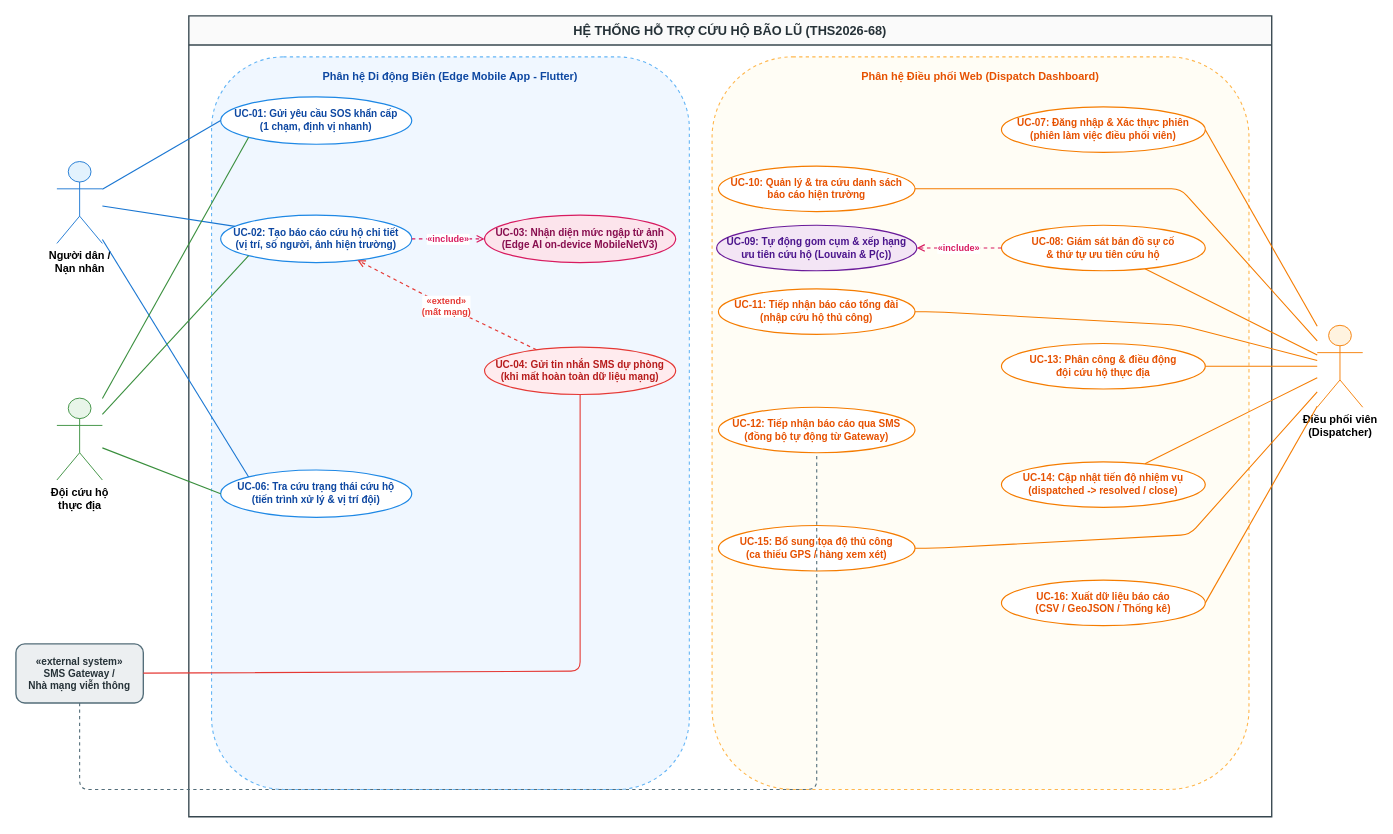
This is report/assets/diagrams/usecase.drawio from ngthtrong/nckh2, a draw.io file, before an edit. Source tidied: cells renumbered, new cells numbered last; positions are measured from the earlier drawing's top-left corner, leaving out a move shared by most shapes. Both pictures are drawn from the tidied source at 91%, with x=0, y=0 at pixel (15, 15).
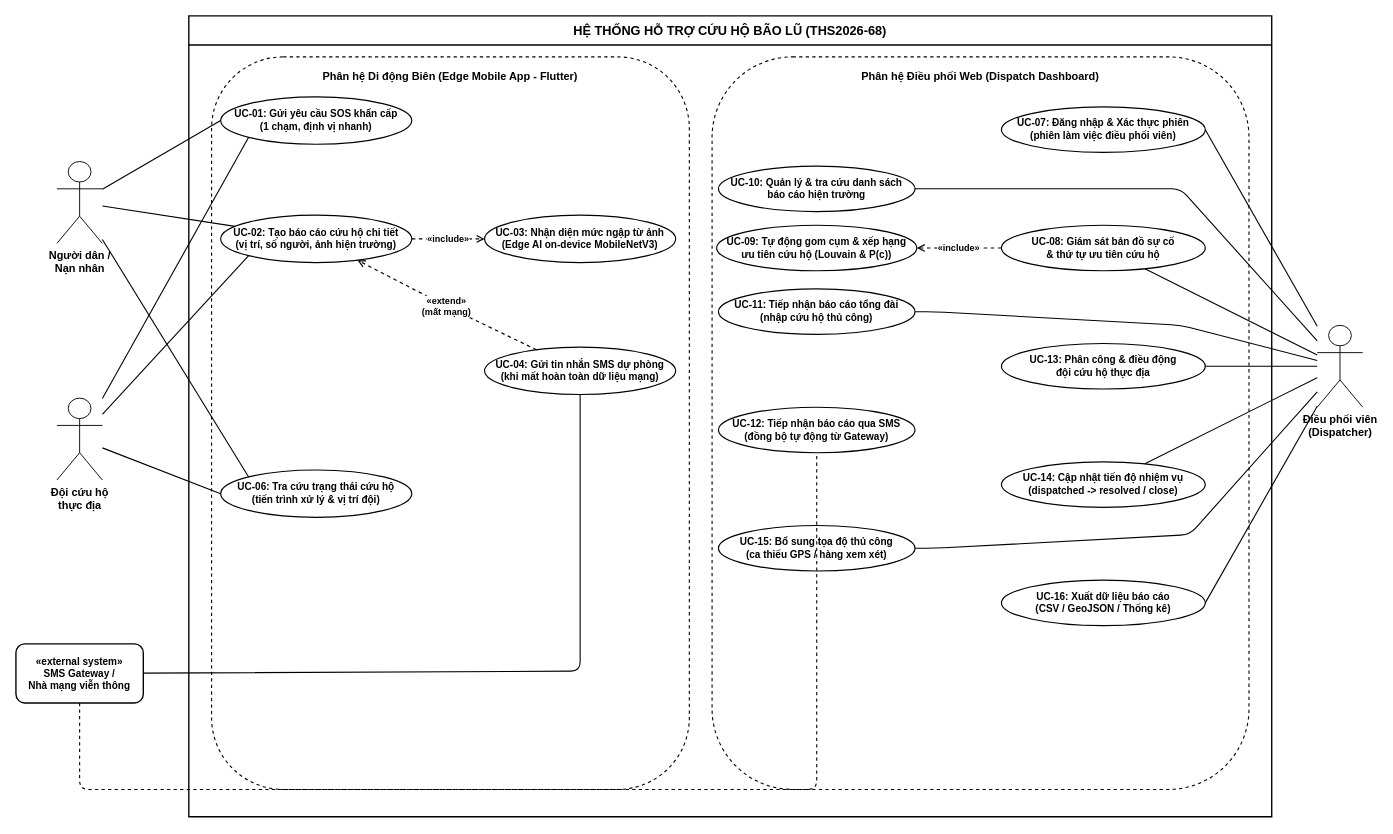
Above is the later version.

The edit, as a diff of the source:
```diff
@@
-    <mxCell id="2" value="HỆ THỐNG HỖ TRỢ CỨU HỘ BÃO LŨ (THS2026-68)" style="shape=swimlane;whiteSpace=wrap;html=1;startSize=32;horizontal=1;fillColor=#FAFAFA;strokeColor=#37474F;strokeWidth=1.5;fontStyle=1;fontSize=14;fontFamily=Helvetica;fontColor=#263238;" parent="1" vertex="1">
+    <mxCell id="2" value="HỆ THỐNG HỖ TRỢ CỨU HỘ BÃO LŨ (THS2026-68)" style="shape=swimlane;whiteSpace=wrap;html=1;startSize=32;horizontal=1;fillColor=#FFFFFF;strokeColor=#000000;strokeWidth=1.5;fontStyle=1;fontSize=14;fontFamily=Helvetica;fontColor=#000000;" parent="1" vertex="1">
       <mxGeometry x="190" width="1190" height="880" as="geometry" />
     </mxCell>
-    <mxCell id="3" value="Phân hệ Di động Biên (Edge Mobile App - Flutter)" style="rounded=1;whiteSpace=wrap;html=1;dashed=1;verticalAlign=top;fontStyle=1;fontSize=12;spacingTop=8;strokeWidth=1.2;fillColor=#F0F7FF;strokeColor=#64B5F6;fontColor=#0D47A1;" parent="2" vertex="1">
+    <mxCell id="3" value="Phân hệ Di động Biên (Edge Mobile App - Flutter)" style="rounded=1;whiteSpace=wrap;html=1;dashed=1;verticalAlign=top;fontStyle=1;fontSize=12;spacingTop=8;strokeWidth=1.2;fillColor=#FFFFFF;strokeColor=#000000;fontColor=#000000;" parent="2" vertex="1">
       <mxGeometry x="25" y="45" width="525" height="805" as="geometry" />
     </mxCell>
-    <mxCell id="4" value="Phân hệ Điều phối Web (Dispatch Dashboard)" style="rounded=1;whiteSpace=wrap;html=1;dashed=1;verticalAlign=top;fontStyle=1;fontSize=12;spacingTop=8;strokeWidth=1.2;fillColor=#FFFDF5;strokeColor=#FFB74D;fontColor=#E65100;" parent="2" vertex="1">
+    <mxCell id="4" value="Phân hệ Điều phối Web (Dispatch Dashboard)" style="rounded=1;whiteSpace=wrap;html=1;dashed=1;verticalAlign=top;fontStyle=1;fontSize=12;spacingTop=8;strokeWidth=1.2;fillColor=#FFFFFF;strokeColor=#000000;fontColor=#000000;" parent="2" vertex="1">
       <mxGeometry x="575" y="45" width="590" height="805" as="geometry" />
     </mxCell>
-    <mxCell id="5" value="UC-01: Gửi yêu cầu SOS khẩn cấp&#10;(1 chạm, định vị nhanh)" style="ellipse;whiteSpace=wrap;html=1;fillColor=#FFFFFF;strokeColor=#1E88E5;strokeWidth=1.3;fontFamily=Helvetica;fontSize=11;fontColor=#0D47A1;fontStyle=1;" parent="2" vertex="1">
+    <mxCell id="5" value="UC-01: Gửi yêu cầu SOS khẩn cấp&#10;(1 chạm, định vị nhanh)" style="ellipse;whiteSpace=wrap;html=1;fillColor=#FFFFFF;strokeColor=#000000;strokeWidth=1.3;fontFamily=Helvetica;fontSize=11;fontColor=#000000;fontStyle=1;" parent="2" vertex="1">
       <mxGeometry x="35" y="89" width="210" height="52" as="geometry" />
     </mxCell>
-    <mxCell id="6" value="UC-02: Tạo báo cáo cứu hộ chi tiết&#10;(vị trí, số người, ảnh hiện trường)" style="ellipse;whiteSpace=wrap;html=1;fillColor=#FFFFFF;strokeColor=#1E88E5;strokeWidth=1.3;fontFamily=Helvetica;fontSize=11;fontColor=#0D47A1;fontStyle=1;" parent="2" vertex="1">
+    <mxCell id="6" value="UC-02: Tạo báo cáo cứu hộ chi tiết&#10;(vị trí, số người, ảnh hiện trường)" style="ellipse;whiteSpace=wrap;html=1;fillColor=#FFFFFF;strokeColor=#000000;strokeWidth=1.3;fontFamily=Helvetica;fontSize=11;fontColor=#000000;fontStyle=1;" parent="2" vertex="1">
       <mxGeometry x="35" y="219" width="210" height="52" as="geometry" />
     </mxCell>
-    <mxCell id="7" value="UC-03: Nhận diện mức ngập từ ảnh&#10;(Edge AI on-device MobileNetV3)" style="ellipse;whiteSpace=wrap;html=1;fillColor=#FCE4EC;strokeColor=#D81B60;strokeWidth=1.3;fontFamily=Helvetica;fontSize=11;fontColor=#880E4F;fontStyle=1;" parent="2" vertex="1">
+    <mxCell id="7" value="UC-03: Nhận diện mức ngập từ ảnh&#10;(Edge AI on-device MobileNetV3)" style="ellipse;whiteSpace=wrap;html=1;fillColor=#FFFFFF;strokeColor=#000000;strokeWidth=1.3;fontFamily=Helvetica;fontSize=11;fontColor=#000000;fontStyle=1;" parent="2" vertex="1">
       <mxGeometry x="325" y="219" width="210" height="52" as="geometry" />
     </mxCell>
-    <mxCell id="8" value="UC-04: Gửi tin nhắn SMS dự phòng&#10;(khi mất hoàn toàn dữ liệu mạng)" style="ellipse;whiteSpace=wrap;html=1;fillColor=#FFEBEE;strokeColor=#E53935;strokeWidth=1.3;fontFamily=Helvetica;fontSize=11;fontColor=#B71C1C;fontStyle=1;" parent="2" vertex="1">
+    <mxCell id="8" value="UC-04: Gửi tin nhắn SMS dự phòng&#10;(khi mất hoàn toàn dữ liệu mạng)" style="ellipse;whiteSpace=wrap;html=1;fillColor=#FFFFFF;strokeColor=#000000;strokeWidth=1.3;fontFamily=Helvetica;fontSize=11;fontColor=#000000;fontStyle=1;" parent="2" vertex="1">
       <mxGeometry x="325" y="364" width="210" height="52" as="geometry" />
     </mxCell>
-    <mxCell id="9" value="UC-06: Tra cứu trạng thái cứu hộ&#10;(tiến trình xử lý &amp; vị trí đội)" style="ellipse;whiteSpace=wrap;html=1;fillColor=#FFFFFF;strokeColor=#1E88E5;strokeWidth=1.3;fontFamily=Helvetica;fontSize=11;fontColor=#0D47A1;fontStyle=1;" parent="2" vertex="1">
+    <mxCell id="9" value="UC-06: Tra cứu trạng thái cứu hộ&#10;(tiến trình xử lý &amp; vị trí đội)" style="ellipse;whiteSpace=wrap;html=1;fillColor=#FFFFFF;strokeColor=#000000;strokeWidth=1.3;fontFamily=Helvetica;fontSize=11;fontColor=#000000;fontStyle=1;" parent="2" vertex="1">
       <mxGeometry x="35" y="499" width="210" height="52" as="geometry" />
     </mxCell>
-    <mxCell id="10" value="UC-07: Đăng nhập &amp; Xác thực phiên&#10;(phiên làm việc điều phối viên)" style="ellipse;whiteSpace=wrap;html=1;fillColor=#FFFFFF;strokeColor=#F57C00;strokeWidth=1.3;fontFamily=Helvetica;fontSize=11;fontColor=#E65100;fontStyle=1;" parent="2" vertex="1">
+    <mxCell id="10" value="UC-07: Đăng nhập &amp; Xác thực phiên&#10;(phiên làm việc điều phối viên)" style="ellipse;whiteSpace=wrap;html=1;fillColor=#FFFFFF;strokeColor=#000000;strokeWidth=1.3;fontFamily=Helvetica;fontSize=11;fontColor=#000000;fontStyle=1;" parent="2" vertex="1">
       <mxGeometry x="893" y="100" width="224" height="50" as="geometry" />
     </mxCell>
-    <mxCell id="11" value="UC-08: Giám sát bản đồ sự cố&#10;&amp; thứ tự ưu tiên cứu hộ" style="ellipse;whiteSpace=wrap;html=1;fillColor=#FFFFFF;strokeColor=#F57C00;strokeWidth=1.3;fontFamily=Helvetica;fontSize=11;fontColor=#E65100;fontStyle=1;" parent="2" vertex="1">
+    <mxCell id="11" value="UC-08: Giám sát bản đồ sự cố&#10;&amp; thứ tự ưu tiên cứu hộ" style="ellipse;whiteSpace=wrap;html=1;fillColor=#FFFFFF;strokeColor=#000000;strokeWidth=1.3;fontFamily=Helvetica;fontSize=11;fontColor=#000000;fontStyle=1;" parent="2" vertex="1">
       <mxGeometry x="893" y="230" width="224" height="50" as="geometry" />
     </mxCell>
-    <mxCell id="12" value="UC-13: Phân công &amp; điều động&#10;đội cứu hộ thực địa" style="ellipse;whiteSpace=wrap;html=1;fillColor=#FFFFFF;strokeColor=#F57C00;strokeWidth=1.3;fontFamily=Helvetica;fontSize=11;fontColor=#E65100;fontStyle=1;" parent="2" vertex="1">
+    <mxCell id="12" value="UC-13: Phân công &amp; điều động&#10;đội cứu hộ thực địa" style="ellipse;whiteSpace=wrap;html=1;fillColor=#FFFFFF;strokeColor=#000000;strokeWidth=1.3;fontFamily=Helvetica;fontSize=11;fontColor=#000000;fontStyle=1;" parent="2" vertex="1">
       <mxGeometry x="893" y="360" width="224" height="50" as="geometry" />
     </mxCell>
-    <mxCell id="13" value="UC-14: Cập nhật tiến độ nhiệm vụ&#10;(dispatched -&gt; resolved / close)" style="ellipse;whiteSpace=wrap;html=1;fillColor=#FFFFFF;strokeColor=#F57C00;strokeWidth=1.3;fontFamily=Helvetica;fontSize=11;fontColor=#E65100;fontStyle=1;" parent="2" vertex="1">
+    <mxCell id="13" value="UC-14: Cập nhật tiến độ nhiệm vụ&#10;(dispatched -&gt; resolved / close)" style="ellipse;whiteSpace=wrap;html=1;fillColor=#FFFFFF;strokeColor=#000000;strokeWidth=1.3;fontFamily=Helvetica;fontSize=11;fontColor=#000000;fontStyle=1;" parent="2" vertex="1">
       <mxGeometry x="893" y="490" width="224" height="50" as="geometry" />
     </mxCell>
-    <mxCell id="14" value="UC-16: Xuất dữ liệu báo cáo&#10;(CSV / GeoJSON / Thống kê)" style="ellipse;whiteSpace=wrap;html=1;fillColor=#FFFFFF;strokeColor=#F57C00;strokeWidth=1.3;fontFamily=Helvetica;fontSize=11;fontColor=#E65100;fontStyle=1;" parent="2" vertex="1">
+    <mxCell id="14" value="UC-16: Xuất dữ liệu báo cáo&#10;(CSV / GeoJSON / Thống kê)" style="ellipse;whiteSpace=wrap;html=1;fillColor=#FFFFFF;strokeColor=#000000;strokeWidth=1.3;fontFamily=Helvetica;fontSize=11;fontColor=#000000;fontStyle=1;" parent="2" vertex="1">
       <mxGeometry x="893" y="620" width="224" height="50" as="geometry" />
     </mxCell>
-    <mxCell id="15" value="UC-10: Quản lý &amp; tra cứu danh sách&#10;báo cáo hiện trường" style="ellipse;whiteSpace=wrap;html=1;fillColor=#FFFFFF;strokeColor=#F57C00;strokeWidth=1.3;fontFamily=Helvetica;fontSize=11;fontColor=#E65100;fontStyle=1;" parent="2" vertex="1">
+    <mxCell id="15" value="UC-10: Quản lý &amp; tra cứu danh sách&#10;báo cáo hiện trường" style="ellipse;whiteSpace=wrap;html=1;fillColor=#FFFFFF;strokeColor=#000000;strokeWidth=1.3;fontFamily=Helvetica;fontSize=11;fontColor=#000000;fontStyle=1;" parent="2" vertex="1">
       <mxGeometry x="582" y="165" width="216" height="50" as="geometry" />
     </mxCell>
-    <mxCell id="16" value="UC-09: Tự động gom cụm &amp; xếp hạng&#10;ưu tiên cứu hộ (Louvain &amp; P(c))" style="ellipse;whiteSpace=wrap;html=1;fillColor=#F3E5F5;strokeColor=#6A1B9A;strokeWidth=1.3;fontFamily=Helvetica;fontSize=11;fontColor=#4A148C;fontStyle=1;" parent="2" vertex="1">
+    <mxCell id="16" value="UC-09: Tự động gom cụm &amp; xếp hạng&#10;ưu tiên cứu hộ (Louvain &amp; P(c))" style="ellipse;whiteSpace=wrap;html=1;fillColor=#FFFFFF;strokeColor=#000000;strokeWidth=1.3;fontFamily=Helvetica;fontSize=11;fontColor=#000000;fontStyle=1;" parent="2" vertex="1">
       <mxGeometry x="580" y="230" width="220" height="50" as="geometry" />
     </mxCell>
-    <mxCell id="17" value="UC-11: Tiếp nhận báo cáo tổng đài&#10;(nhập cứu hộ thủ công)" style="ellipse;whiteSpace=wrap;html=1;fillColor=#FFFFFF;strokeColor=#F57C00;strokeWidth=1.3;fontFamily=Helvetica;fontSize=11;fontColor=#E65100;fontStyle=1;" parent="2" vertex="1">
+    <mxCell id="17" value="UC-11: Tiếp nhận báo cáo tổng đài&#10;(nhập cứu hộ thủ công)" style="ellipse;whiteSpace=wrap;html=1;fillColor=#FFFFFF;strokeColor=#000000;strokeWidth=1.3;fontFamily=Helvetica;fontSize=11;fontColor=#000000;fontStyle=1;" parent="2" vertex="1">
       <mxGeometry x="582" y="300" width="216" height="50" as="geometry" />
     </mxCell>
-    <mxCell id="18" value="UC-12: Tiếp nhận báo cáo qua SMS&#10;(đồng bộ tự động từ Gateway)" style="ellipse;whiteSpace=wrap;html=1;fillColor=#FFFFFF;strokeColor=#F57C00;strokeWidth=1.3;fontFamily=Helvetica;fontSize=11;fontColor=#E65100;fontStyle=1;" parent="2" vertex="1">
+    <mxCell id="18" value="UC-12: Tiếp nhận báo cáo qua SMS&#10;(đồng bộ tự động từ Gateway)" style="ellipse;whiteSpace=wrap;html=1;fillColor=#FFFFFF;strokeColor=#000000;strokeWidth=1.3;fontFamily=Helvetica;fontSize=11;fontColor=#000000;fontStyle=1;" parent="2" vertex="1">
       <mxGeometry x="582" y="430" width="216" height="50" as="geometry" />
     </mxCell>
-    <mxCell id="19" value="UC-15: Bổ sung tọa độ thủ công&#10;(ca thiếu GPS / hàng xem xét)" style="ellipse;whiteSpace=wrap;html=1;fillColor=#FFFFFF;strokeColor=#F57C00;strokeWidth=1.3;fontFamily=Helvetica;fontSize=11;fontColor=#E65100;fontStyle=1;" parent="2" vertex="1">
+    <mxCell id="19" value="UC-15: Bổ sung tọa độ thủ công&#10;(ca thiếu GPS / hàng xem xét)" style="ellipse;whiteSpace=wrap;html=1;fillColor=#FFFFFF;strokeColor=#000000;strokeWidth=1.3;fontFamily=Helvetica;fontSize=11;fontColor=#000000;fontStyle=1;" parent="2" vertex="1">
       <mxGeometry x="582" y="560" width="216" height="50" as="geometry" />
     </mxCell>
-    <mxCell id="20" value="Người dân /&#10;Nạn nhân" style="shape=umlActor;verticalLabelPosition=bottom;verticalAlign=top;html=1;outlineConnect=0;fontFamily=Helvetica;fontSize=12;fontStyle=1;fillColor=#E3F2FD;strokeColor=#1976D2;" parent="1" vertex="1">
+    <mxCell id="20" value="Người dân /&#10;Nạn nhân" style="shape=umlActor;verticalLabelPosition=bottom;verticalAlign=top;html=1;outlineConnect=0;fontFamily=Helvetica;fontSize=12;fontStyle=1;fillColor=#FFFFFF;strokeColor=#000000;" parent="1" vertex="1">
       <mxGeometry x="45" y="160" width="50" height="90" as="geometry" />
     </mxCell>
-    <mxCell id="21" value="Đội cứu hộ&#10;thực địa" style="shape=umlActor;verticalLabelPosition=bottom;verticalAlign=top;html=1;outlineConnect=0;fontFamily=Helvetica;fontSize=12;fontStyle=1;fillColor=#E8F5E9;strokeColor=#388E3C;" parent="1" vertex="1">
+    <mxCell id="21" value="Đội cứu hộ&#10;thực địa" style="shape=umlActor;verticalLabelPosition=bottom;verticalAlign=top;html=1;outlineConnect=0;fontFamily=Helvetica;fontSize=12;fontStyle=1;fillColor=#FFFFFF;strokeColor=#000000;" parent="1" vertex="1">
       <mxGeometry x="45" y="420" width="50" height="90" as="geometry" />
     </mxCell>
-    <mxCell id="22" value="«external system»&#10;SMS Gateway /&#10;Nhà mạng viễn thông" style="rounded=1;whiteSpace=wrap;html=1;fillColor=#ECEFF1;strokeColor=#546E7A;strokeWidth=1.5;fontFamily=Helvetica;fontSize=11;fontStyle=1;fontColor=#263238;align=center;" parent="1" vertex="1">
+    <mxCell id="22" value="«external system»&#10;SMS Gateway /&#10;Nhà mạng viễn thông" style="rounded=1;whiteSpace=wrap;html=1;fillColor=#FFFFFF;strokeColor=#000000;strokeWidth=1.5;fontFamily=Helvetica;fontSize=11;fontStyle=1;fontColor=#000000;align=center;" parent="1" vertex="1">
       <mxGeometry y="690" width="140" height="65" as="geometry" />
     </mxCell>
-    <mxCell id="23" value="Điều phối viên&#10;(Dispatcher)" style="shape=umlActor;verticalLabelPosition=bottom;verticalAlign=top;html=1;outlineConnect=0;fontFamily=Helvetica;fontSize=12;fontStyle=1;fillColor=#FFF3E0;strokeColor=#F57C00;" parent="1" vertex="1">
+    <mxCell id="23" value="Điều phối viên&#10;(Dispatcher)" style="shape=umlActor;verticalLabelPosition=bottom;verticalAlign=top;html=1;outlineConnect=0;fontFamily=Helvetica;fontSize=12;fontStyle=1;fillColor=#FFFFFF;strokeColor=#000000;" parent="1" vertex="1">
       <mxGeometry x="1430" y="340" width="50" height="90" as="geometry" />
     </mxCell>
-    <mxCell id="24" style="endArrow=none;html=1;strokeColor=#455A64;strokeWidth=1.2;strokeColor=#1976D2;entryX=0;entryY=0.5;entryDx=0;entryDy=0;" parent="1" edge="1" source="20" target="5">
+    <mxCell id="24" style="endArrow=none;html=1;strokeColor=#000000;strokeWidth=1.2;strokeColor=#000000;entryX=0;entryY=0.5;entryDx=0;entryDy=0;" parent="1" edge="1" source="20" target="5">
       <mxGeometry relative="1" as="geometry" />
     </mxCell>
-    <mxCell id="25" style="endArrow=none;html=1;strokeColor=#455A64;strokeWidth=1.2;strokeColor=#1976D2;" parent="1" edge="1" source="20" target="6">
+    <mxCell id="25" style="endArrow=none;html=1;strokeColor=#000000;strokeWidth=1.2;strokeColor=#000000;" parent="1" edge="1" source="20" target="6">
       <mxGeometry relative="1" as="geometry" />
     </mxCell>
-    <mxCell id="26" style="endArrow=none;html=1;strokeColor=#455A64;strokeWidth=1.2;strokeColor=#1976D2;entryX=0;entryY=0;entryDx=0;entryDy=0;" parent="1" edge="1" source="20" target="9">
+    <mxCell id="26" style="endArrow=none;html=1;strokeColor=#000000;strokeWidth=1.2;strokeColor=#000000;entryX=0;entryY=0;entryDx=0;entryDy=0;" parent="1" edge="1" source="20" target="9">
       <mxGeometry relative="1" as="geometry" />
     </mxCell>
-    <mxCell id="27" style="endArrow=none;html=1;strokeColor=#455A64;strokeWidth=1.2;strokeColor=#388E3C;entryX=0;entryY=1;entryDx=0;entryDy=0;" parent="1" edge="1" source="21" target="5">
+    <mxCell id="27" style="endArrow=none;html=1;strokeColor=#000000;strokeWidth=1.2;strokeColor=#000000;entryX=0;entryY=1;entryDx=0;entryDy=0;" parent="1" edge="1" source="21" target="5">
       <mxGeometry relative="1" as="geometry" />
     </mxCell>
-    <mxCell id="28" style="endArrow=none;html=1;strokeColor=#455A64;strokeWidth=1.2;strokeColor=#388E3C;entryX=0;entryY=1;entryDx=0;entryDy=0;" parent="1" edge="1" source="21" target="6">
+    <mxCell id="28" style="endArrow=none;html=1;strokeColor=#000000;strokeWidth=1.2;strokeColor=#000000;entryX=0;entryY=1;entryDx=0;entryDy=0;" parent="1" edge="1" source="21" target="6">
       <mxGeometry relative="1" as="geometry" />
     </mxCell>
-    <mxCell id="29" style="endArrow=none;html=1;strokeColor=#455A64;strokeWidth=1.2;strokeColor=#388E3C;entryX=0;entryY=0.5;entryDx=0;entryDy=0;" parent="1" edge="1" source="21" target="9">
+    <mxCell id="29" style="endArrow=none;html=1;strokeColor=#000000;strokeWidth=1.2;strokeColor=#000000;entryX=0;entryY=0.5;entryDx=0;entryDy=0;" parent="1" edge="1" source="21" target="9">
       <mxGeometry relative="1" as="geometry" />
     </mxCell>
-    <mxCell id="30" value="«include»" style="endArrow=open;dashed=1;html=1;strokeColor=#D81B60;strokeWidth=1.3;fontSize=10;fontColor=#D81B60;fontStyle=1;" parent="1" edge="1" source="6" target="7">
+    <mxCell id="30" value="«include»" style="endArrow=open;dashed=1;html=1;strokeColor=#000000;strokeWidth=1.3;fontSize=10;fontColor=#000000;fontStyle=1;" parent="1" edge="1" source="6" target="7">
       <mxGeometry relative="1" as="geometry" />
     </mxCell>
-    <mxCell id="31" value="«extend»&#10;(mất mạng)" style="endArrow=open;dashed=1;html=1;strokeColor=#E53935;strokeWidth=1.3;fontSize=10;fontColor=#E53935;fontStyle=1;" parent="1" edge="1" source="8" target="6">
+    <mxCell id="31" value="«extend»&#10;(mất mạng)" style="endArrow=open;dashed=1;html=1;strokeColor=#000000;strokeWidth=1.3;fontSize=10;fontColor=#000000;fontStyle=1;" parent="1" edge="1" source="8" target="6">
       <mxGeometry relative="1" as="geometry">
         <Array as="points">
           <mxPoint x="475" y="320" />
         </Array>
       </mxGeometry>
     </mxCell>
-    <mxCell id="32" value="«include»" style="endArrow=open;dashed=1;html=1;strokeColor=#D81B60;strokeWidth=1.3;fontSize=10;fontColor=#D81B60;fontStyle=1;" parent="1" edge="1" source="11" target="16">
+    <mxCell id="32" value="«include»" style="endArrow=open;dashed=1;html=1;strokeColor=#000000;strokeWidth=1.3;fontSize=10;fontColor=#000000;fontStyle=1;" parent="1" edge="1" source="11" target="16">
       <mxGeometry relative="1" as="geometry" />
     </mxCell>
-    <mxCell id="33" style="endArrow=none;html=1;strokeColor=#455A64;strokeWidth=1.2;strokeColor=#E53935;" parent="1" edge="1" source="22" target="8">
+    <mxCell id="33" style="endArrow=none;html=1;strokeColor=#000000;strokeWidth=1.2;strokeColor=#000000;" parent="1" edge="1" source="22" target="8">
       <mxGeometry relative="1" as="geometry">
         <Array as="points">
           <mxPoint x="620" y="720" />
         </Array>
       </mxGeometry>
     </mxCell>
-    <mxCell id="34" style="endArrow=none;html=1;strokeColor=#455A64;strokeWidth=1.2;strokeColor=#546E7A;dashed=1;" parent="1" edge="1" source="22" target="18">
+    <mxCell id="34" style="endArrow=none;html=1;strokeColor=#000000;strokeWidth=1.2;strokeColor=#000000;dashed=1;" parent="1" edge="1" source="22" target="18">
       <mxGeometry relative="1" as="geometry">
         <Array as="points">
           <mxPoint x="70" y="850" />
           <mxPoint x="880" y="850" />
         </Array>
       </mxGeometry>
     </mxCell>
-    <mxCell id="35" style="endArrow=none;html=1;strokeColor=#455A64;strokeWidth=1.2;strokeColor=#F57C00;entryX=1;entryY=0.5;entryDx=0;entryDy=0;" parent="1" edge="1" source="23" target="10">
+    <mxCell id="35" style="endArrow=none;html=1;strokeColor=#000000;strokeWidth=1.2;strokeColor=#000000;entryX=1;entryY=0.5;entryDx=0;entryDy=0;" parent="1" edge="1" source="23" target="10">
       <mxGeometry relative="1" as="geometry" />
     </mxCell>
-    <mxCell id="36" style="endArrow=none;html=1;strokeColor=#455A64;strokeWidth=1.2;strokeColor=#F57C00;" parent="1" edge="1" source="23" target="11">
+    <mxCell id="36" style="endArrow=none;html=1;strokeColor=#000000;strokeWidth=1.2;strokeColor=#000000;" parent="1" edge="1" source="23" target="11">
       <mxGeometry relative="1" as="geometry" />
     </mxCell>
-    <mxCell id="37" style="endArrow=none;html=1;strokeColor=#455A64;strokeWidth=1.2;strokeColor=#F57C00;" parent="1" edge="1" source="23" target="15">
+    <mxCell id="37" style="endArrow=none;html=1;strokeColor=#000000;strokeWidth=1.2;strokeColor=#000000;" parent="1" edge="1" source="23" target="15">
       <mxGeometry x="-0.04" relative="1" as="geometry">
         <Array as="points">
           <mxPoint x="1280" y="190" />
           <mxPoint x="1010" y="190" />
         </Array>
       </mxGeometry>
     </mxCell>
-    <mxCell id="38" style="endArrow=none;html=1;strokeColor=#455A64;strokeWidth=1.2;strokeColor=#F57C00;" parent="1" edge="1" source="23" target="17">
+    <mxCell id="38" style="endArrow=none;html=1;strokeColor=#000000;strokeWidth=1.2;strokeColor=#000000;" parent="1" edge="1" source="23" target="17">
       <mxGeometry relative="1" as="geometry">
         <Array as="points">
           <mxPoint x="1280" y="340" />
           <mxPoint x="1010" y="325" />
         </Array>
       </mxGeometry>
     </mxCell>
-    <mxCell id="39" style="endArrow=none;html=1;strokeColor=#455A64;strokeWidth=1.2;strokeColor=#F57C00;" parent="1" edge="1" source="23" target="12">
+    <mxCell id="39" style="endArrow=none;html=1;strokeColor=#000000;strokeWidth=1.2;strokeColor=#000000;" parent="1" edge="1" source="23" target="12">
       <mxGeometry relative="1" as="geometry" />
     </mxCell>
-    <mxCell id="40" style="endArrow=none;html=1;strokeColor=#455A64;strokeWidth=1.2;strokeColor=#F57C00;" parent="1" edge="1" source="23" target="13">
+    <mxCell id="40" style="endArrow=none;html=1;strokeColor=#000000;strokeWidth=1.2;strokeColor=#000000;" parent="1" edge="1" source="23" target="13">
       <mxGeometry relative="1" as="geometry" />
     </mxCell>
-    <mxCell id="41" style="endArrow=none;html=1;strokeColor=#455A64;strokeWidth=1.2;strokeColor=#F57C00;" parent="1" edge="1" source="23" target="19">
+    <mxCell id="41" style="endArrow=none;html=1;strokeColor=#000000;strokeWidth=1.2;strokeColor=#000000;" parent="1" edge="1" source="23" target="19">
       <mxGeometry relative="1" as="geometry">
         <Array as="points">
           <mxPoint x="1290" y="570" />
           <mxPoint x="1010" y="585" />
         </Array>
       </mxGeometry>
     </mxCell>
-    <mxCell id="42" style="endArrow=none;html=1;strokeColor=#455A64;strokeWidth=1.2;strokeColor=#F57C00;entryX=1;entryY=0.5;entryDx=0;entryDy=0;" parent="1" edge="1" source="23" target="14">
+    <mxCell id="42" style="endArrow=none;html=1;strokeColor=#000000;strokeWidth=1.2;strokeColor=#000000;entryX=1;entryY=0.5;entryDx=0;entryDy=0;" parent="1" edge="1" source="23" target="14">
       <mxGeometry relative="1" as="geometry" />
     </mxCell>
```
